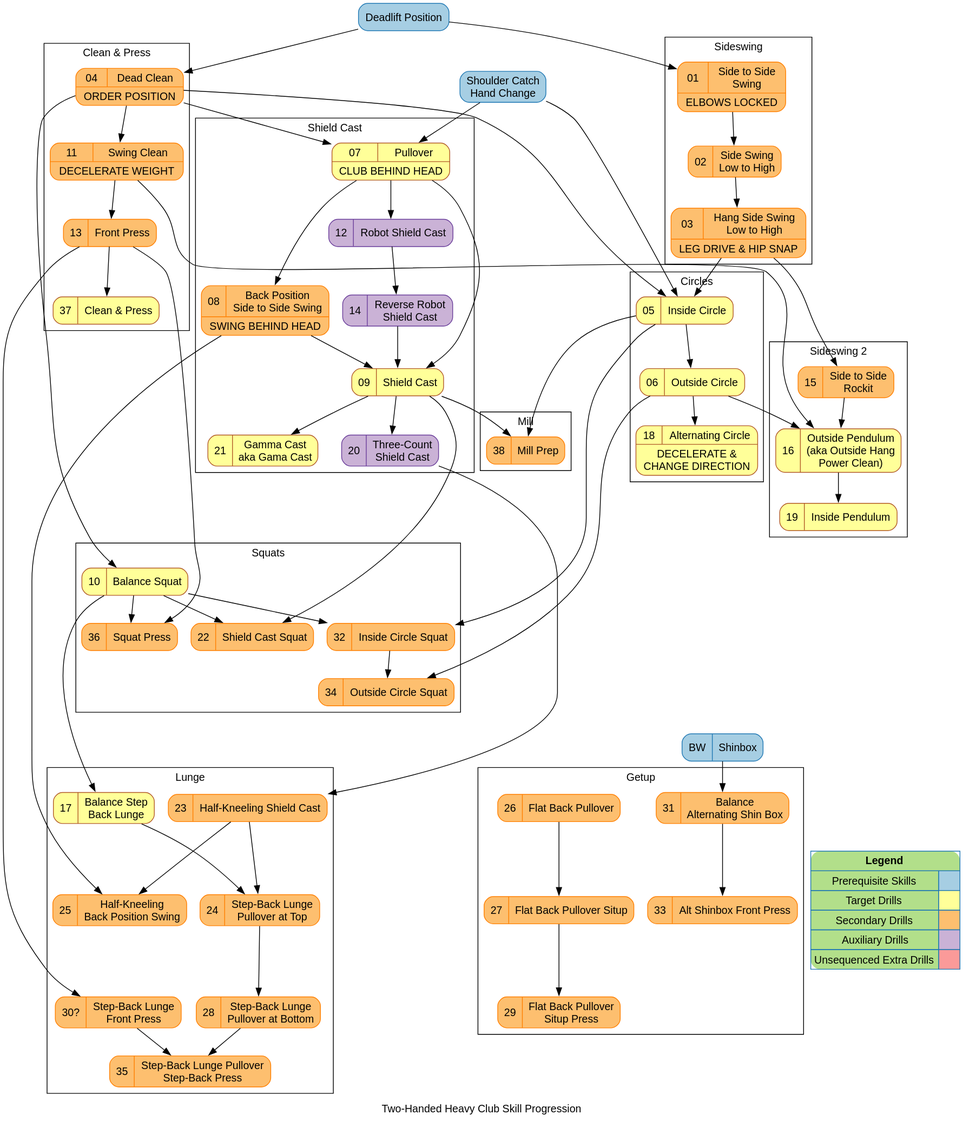
Before: dist/hc_2h_progression_ALL.svg, a diagram exported from PlantUML (dznz/wildman-skill-trees). Its source is kept beside it as src/hc/hc_2h_progression_ALL.puml. The source it was exported from:
```plantuml
@startdot
digraph HC2H {
  // Two-Handed Heavy Club Skill Progression Diagram © 2023
  // by dznz using knowledge from Mark Wildman is licensed
  // under CC BY-NC-SA 4.0
  // http://creativecommons.org/licenses/by-nc-sa/4.0/
  label="Two-Handed Heavy Club Skill Progression"
  fontname="Helvetica,Arial,sans-serif"
  node [colorscheme="paired12"]
  node [fontname="Helvetica,Arial,sans-serif"]
  node [shape=record,style="rounded,filled"]
  edge [fontname="Helvetica,Arial,sans-serif"]
  node [color=2, fillcolor=3];

  subgraph "primary" {
    node [color=12, fillcolor=11]

    mov_09_sc; mov_07_pullover; mov_05_insidecircle;
    mov_06_outsidecircle; mov_10_squat; mov_19_inpend;
    mov_16_outpend; mov_17_stepbacklunge; mov_21_gama;
    mov_37_cap; mov_18_altcircle
  }
  subgraph "secondary" {
    node [color=8, fillcolor=7]
    // Clean & Press
    mov_04_deadclean; mov_11_swingclean; mov_13_frontpress;
    // Side Swing
    mov_01_sidetoside; mov_02_sideswinglowtohigh; mov_03_hangsidelowtohigh; mov_15_rockit;
    // Shield Cast
    mov_08_backpossidetoside; mov_22_scsquat
    // Mill
    mov_38_millprep;
    // Getups
    mov_31_altshinbox; mov_33_altshinboxfrpress; mov_26_fbpull; mov_27_fbpullsit; mov_29_fbpullsitpress
    // Squat
    mov_32_incirclesquat; mov_34_outcirclesquat; mov_36_squatpress
    // Lunge
    mov_23_kneelsc; mov_25_kneelbackswing; mov_24_sblungepull; mov_28_sblungepullbot; mov_30_sbfrontpress; mov_35_sblungepullsbpress;
  }

  subgraph "prereq" {
    node [color=2, fillcolor=1]
    node [shape=record,style="rounded,filled"]
    pre_deadlift [label="Deadlift Position"]
    pre_shouldercatch [label="Shoulder Catch\nHand Change"]
    pre_shinbox [label="{{BW|Shinbox}}"]
  }

  subgraph "extra" {
    node [color=6, fillcolor=5]
    ' mov_pulloversquat; mov_clockwork; mov_clockworksquat;
    ' mov_clockworkstepbacklunge; mov_altpendulum; mov_altmill
  }

  subgraph "aux" {
    node [color=10, fillcolor=9];
    mov_12_robotsc; mov_14_revrobotsc; mov_20_3csc
  }

  // Heavy Club Sequence
  mov_01_sidetoside         [label="{{01|Side to Side\nSwing}|ELBOWS LOCKED}"                   URL="https://www.youtube.com/watch?v=LMau5vr7qx4&list=PLk4oYPJ7TXKiueHS7UMPv-DxNMK6UELds"]
  mov_02_sideswinglowtohigh [label="{{02|Side Swing\nLow to High}}"                             URL="https://www.youtube.com/watch?v=NoZCHTlmrCg&list=PLk4oYPJ7TXKiueHS7UMPv-DxNMK6UELds&index=2"]
  mov_03_hangsidelowtohigh  [label="{{03|Hang Side Swing\nLow to High}|LEG DRIVE & HIP SNAP}"   URL="https://www.youtube.com/watch?v=RD1zOWaTjhQ&list=PLk4oYPJ7TXKiueHS7UMPv-DxNMK6UELds&index=3"]
  mov_04_deadclean          [label="{{04|Dead Clean}|ORDER POSITION}"                                          URL="https://www.youtube.com/watch?v=69RGME9RTcY&list=PLk4oYPJ7TXKiueHS7UMPv-DxNMK6UELds&index=4"]
  mov_05_insidecircle       [label="{{05|Inside Circle}}"                                       URL="https://www.youtube.com/watch?v=Mh6iWcLbE3k&list=PLk4oYPJ7TXKiueHS7UMPv-DxNMK6UELds&index=5"];
  mov_06_outsidecircle      [label="{{06|Outside Circle}}"                                      URL="https://www.youtube.com/watch?v=QzMzCal-MYM&list=PLk4oYPJ7TXKiueHS7UMPv-DxNMK6UELds&index=6"];
  mov_07_pullover           [label="{{07|Pullover}|CLUB BEHIND HEAD}"                           URL="https://www.youtube.com/watch?v=jpIn1Sumg78&list=PLk4oYPJ7TXKiueHS7UMPv-DxNMK6UELds&index=7"]
  mov_08_backpossidetoside  [label="{{08|Back Position\nSide to Side Swing}|SWING BEHIND HEAD}" URL="https://www.youtube.com/watch?v=GKwGiB2UwyM&list=PLk4oYPJ7TXKiueHS7UMPv-DxNMK6UELds&index=8"]
  mov_09_sc                 [label="{{09|Shield Cast}}"                                         URL="https://www.youtube.com/watch?v=W-iHvrjn72k&list=PLk4oYPJ7TXKiueHS7UMPv-DxNMK6UELds&index=9"];
  mov_10_squat              [label="{{10|Balance Squat}}"                                       URL="https://www.youtube.com/watch?v=LSXticZ67Pw&list=PLk4oYPJ7TXKiueHS7UMPv-DxNMK6UELds&index=11"]
  mov_11_swingclean         [label="{{11|Swing Clean}|DECELERATE WEIGHT}"                       URL="https://www.youtube.com/watch?v=0oRuCQOkPRo&list=PLk4oYPJ7TXKiueHS7UMPv-DxNMK6UELds&index=12"]
  mov_12_robotsc            [label="{{12|Robot Shield Cast}}"                                   URL="https://www.youtube.com/watch?v=LDGi_lmzGR8&list=PLk4oYPJ7TXKiueHS7UMPv-DxNMK6UELds&index=13"];
  mov_13_frontpress         [label="{{13|Front Press}}"                                         URL="https://www.youtube.com/watch?v=HBRWtm3tTp4&list=PLk4oYPJ7TXKiueHS7UMPv-DxNMK6UELds&index=15"]
  mov_14_revrobotsc         [label="{{14|Reverse Robot\nShield Cast}}"                          URL="https://www.youtube.com/watch?v=Fun_Lscq5go&list=PLk4oYPJ7TXKiueHS7UMPv-DxNMK6UELds&index=23"];
  mov_15_rockit             [label="{{15|Side to Side\nRockit}}"                                URL="https://www.youtube.com/watch?v=4gvF-gARAIs&list=PLk4oYPJ7TXKiueHS7UMPv-DxNMK6UELds&index=24"]
  mov_16_outpend            [label="{{16|Outside Pendulum\n(aka Outside Hang\nPower Clean)}}"   URL="https://www.youtube.com/watch?v=SRNTrFvHgz0&list=PLk4oYPJ7TXKiueHS7UMPv-DxNMK6UELds&index=25"]
  mov_17_stepbacklunge      [label="{{17|Balance Step\nBack Lunge}}"                            URL="https://www.youtube.com/watch?v=dNrYT5iU7BQ&list=PLk4oYPJ7TXKiueHS7UMPv-DxNMK6UELds&index=26"]
  mov_18_altcircle          [label="{{18|Alternating Circle}|DECELERATE &\nCHANGE DIRECTION}"   URL="https://www.youtube.com/watch?v=ukkrHxGTGtI&list=PLk4oYPJ7TXKiueHS7UMPv-DxNMK6UELds&index=31"]
  mov_19_inpend             [label="{{19|Inside Pendulum}}"                                     URL="https://www.youtube.com/watch?v=pV0Hh335Csg&list=PLk4oYPJ7TXKiueHS7UMPv-DxNMK6UELds&index=34"]
  mov_20_3csc               [label="{{20|Three-Count\nShield Cast}}"                            URL="https://www.youtube.com/watch?v=ABQij0Zpt0U&list=PLk4oYPJ7TXKiueHS7UMPv-DxNMK6UELds&index=35"];
  mov_21_gama               [label="{{21|Gamma Cast\naka Gama Cast}}"                           URL="https://www.youtube.com/watch?v=yHIEZN0Nl_U&list=PLk4oYPJ7TXKiueHS7UMPv-DxNMK6UELds&index=39"];
  mov_22_scsquat            [label="{{22|Shield Cast Squat}}"                                   URL="https://www.youtube.com/watch?v=yHIEZN0Nl_U&list=PLk4oYPJ7TXKiueHS7UMPv-DxNMK6UELds&index=41"];
  mov_23_kneelsc            [label="{{23|Half-Kneeling Shield Cast}}"                           URL="https://www.youtube.com/watch?v=yHIEZN0Nl_U&list=PLk4oYPJ7TXKiueHS7UMPv-DxNMK6UELds&index=42"];
  mov_24_sblungepull        [label="{{24|Step-Back Lunge\nPullover at Top}}"                    URL="https://www.youtube.com/watch?v=yHIEZN0Nl_U&list=PLk4oYPJ7TXKiueHS7UMPv-DxNMK6UELds&index=44"];
  mov_25_kneelbackswing     [label="{{25|Half-Kneeling\nBack Position Swing}}"                  URL="https://www.youtube.com/watch?v=XH_HFWZQt4c"]
  mov_26_fbpull             [label="{{26|Flat Back Pullover}}"                                  URL="https://www.youtube.com/watch?v=yHIEZN0Nl_U&list=PLk4oYPJ7TXKiueHS7UMPv-DxNMK6UELds&index=45"];
  mov_27_fbpullsit          [label="{{27|Flat Back Pullover Situp}}"                            URL="https://www.youtube.com/watch?v=Ii2WZgl5mHA"]
  mov_28_sblungepullbot     [label="{{28|Step-Back Lunge\nPullover at Bottom}}"                 URL="https://www.youtube.com/watch?v=UpY9zHuTZds"]
  mov_29_fbpullsitpress     [label="{{29|Flat Back Pullover\nSitup Press}}"                     URL="https://www.youtube.com/watch?v=8VL8tvinc28"]
  // Missing 30, could be step-back front press
  mov_30_sbfrontpress       [label="{{30?|Step-Back Lunge\nFront Press}}"]
  mov_31_altshinbox         [label="{{31|Balance\nAlternating Shin Box}}"                       URL="https://www.youtube.com/watch?v=jogIwgDj0KM"]
  mov_32_incirclesquat      [label="{{32|Inside Circle Squat}}"                                 URL="https://www.youtube.com/watch?v=icFHo5ufhUc"]
  mov_33_altshinboxfrpress  [label="{{33|Alt Shinbox Front Press}}"                             URL="https://www.youtube.com/watch?v=D2AJzIVufeY&list=PLk4oYPJ7TXKiueHS7UMPv-DxNMK6UELds&index=47"];
  mov_34_outcirclesquat     [label="{{34|Outside Circle Squat}}"                                URL="https://www.youtube.com/watch?v=z916C16iK54&list=PLk4oYPJ7TXKiueHS7UMPv-DxNMK6UELds&index=49"]
  mov_35_sblungepullsbpress [label="{{35|Step-Back Lunge Pullover\nStep-Back Press}}"           URL="https://www.youtube.com/watch?v=1cXPBXfKNhU"]
  mov_36_squatpress         [label="{{36|Squat Press}}"                                         URL="https://www.youtube.com/watch?v=6p1niExqXSA"]
  mov_37_cap                [label="{{37|Clean & Press}}"                                       URL="https://www.youtube.com/watch?v=6kpEYglMJ1c"]
  mov_38_millprep           [label="{{38|Mill Prep}}"                                           URL="https://www.youtube.com/watch?v=G_OXuFs2bRs"]

  // Unsequenced
  ' mov_mill                   [label="{{|Mill}}"                            URL="https://www.youtube.com/watch?v=iFtaPBDwG7w"]
  ' mov_180pullover            [label="{{|180 Degree\nPullover}}"]
  ' mov_alt180pullover         [label="{{|Alternating 180 Degree\nPullover}}" URL="https://www.youtube.com/watch?v=uz2tKevdtzE"]
  ' mov_pulloversquat          [label="{{|Pullover Squat}}"                   URL="https://www.youtube.com/watch?v=2Cejb6rcqis"]
  ' mov_clockwork              [label="{{|Clockwork Catch}}"                  URL="https://www.youtube.com/watch?v=opvYcUfzymI"]
  ' mov_clockworksquat         [label="{{|Clockwork Squat}}"                  URL="https://www.youtube.com/watch?v=VVFQ5SkrMvM"]
  ' mov_clockworkstepbacklunge [label="{{|Clockwork Step Back Lunge}}"        URL="https://www.youtube.com/watch?v=-LQFwOehs74"]
  ' mov_altpendulum            [label="{{|Alternating Pendulum}}"             URL="https://www.youtube.com/watch?v=GULjXPS_ba4"]
  ' mov_altmill                [label="{{|Alternating Mill}}"]

  // Prerequisite skills

  pre_deadlift -> mov_01_sidetoside;
  pre_shouldercatch -> mov_07_pullover;
  pre_deadlift -> mov_04_deadclean;
  pre_shouldercatch -> mov_05_insidecircle;
  pre_shinbox -> mov_31_altshinbox;

  // Between clusters

  mov_03_hangsidelowtohigh -> mov_05_insidecircle;
  mov_03_hangsidelowtohigh -> mov_15_rockit
  mov_04_deadclean -> mov_07_pullover;
  mov_04_deadclean -> mov_10_squat;
  mov_04_deadclean -> mov_05_insidecircle;
  mov_05_insidecircle -> mov_32_incirclesquat;
  mov_05_insidecircle -> mov_38_millprep;
  mov_06_outsidecircle -> mov_34_outcirclesquat;
  mov_06_outsidecircle -> mov_16_outpend;
  mov_08_backpossidetoside -> mov_25_kneelbackswing;
  mov_09_sc -> mov_22_scsquat;
  mov_09_sc -> mov_38_millprep;
  mov_10_squat -> mov_17_stepbacklunge;
  mov_11_swingclean -> mov_16_outpend;
  mov_13_frontpress -> mov_36_squatpress;
  mov_13_frontpress -> mov_30_sbfrontpress;
  mov_20_3csc -> mov_23_kneelsc

  ' mov_07_pullover -> mov_180pullover;
  ' mov_07_pullover -> mov_pulloversquat;
  ' mov_clockwork -> mov_clockworksquat;
  ' mov_clockworksquat -> mov_clockworkstepbacklunge;

subgraph cluster_sideswing {
  label="Sideswing"
  mov_01_sidetoside -> mov_02_sideswinglowtohigh;
  mov_02_sideswinglowtohigh -> mov_03_hangsidelowtohigh;
}

subgraph cluster_circles {
  label="Circles"
  mov_05_insidecircle -> mov_06_outsidecircle;
  mov_06_outsidecircle -> mov_18_altcircle;
  ' mov_18_altcircle -> mov_clockwork;
}

subgraph cluster_cap {
  label="Clean & Press"
  mov_04_deadclean -> mov_11_swingclean;
  mov_11_swingclean -> mov_13_frontpress;
  mov_13_frontpress -> mov_37_cap;
}

subgraph cluster_sideswing2 {
  label="Sideswing 2"
  mov_15_rockit -> mov_16_outpend;
  mov_16_outpend -> mov_19_inpend;
  ' mov_19_inpend -> mov_altpendulum;

}

subgraph cluster_sc {
  label="Shield Cast"
  mov_07_pullover -> mov_12_robotsc;
  mov_07_pullover -> mov_09_sc;
  mov_08_backpossidetoside -> mov_09_sc;
  mov_07_pullover -> mov_08_backpossidetoside;
  mov_12_robotsc -> mov_14_revrobotsc;
  mov_14_revrobotsc -> mov_09_sc;
  mov_09_sc -> mov_20_3csc;
  mov_09_sc -> mov_21_gama;
}

subgraph cluster_squat {
  label="Squats"
  mov_32_incirclesquat -> mov_34_outcirclesquat;
  ' mov_10_squat -> mov_pulloversquat;
  ' mov_10_squat -> mov_clockworksquat;
  mov_10_squat -> mov_22_scsquat;
  mov_10_squat -> mov_32_incirclesquat;
  mov_10_squat -> mov_36_squatpress;
}

subgraph cluster_lunge {
  label="Lunge"
  mov_23_kneelsc -> mov_25_kneelbackswing
  mov_23_kneelsc -> mov_24_sblungepull;
  mov_30_sbfrontpress -> mov_35_sblungepullsbpress;
  ' mov_17_stepbacklunge -> mov_clockworkstepbacklunge;
  mov_17_stepbacklunge -> mov_24_sblungepull;
  mov_24_sblungepull -> mov_28_sblungepullbot;
  mov_28_sblungepullbot -> mov_35_sblungepullsbpress;
}

subgraph cluster_mill {
  label="Mill"
  mov_38_millprep
  ' mov_alt180pullover -> mov_altmill;
  ' mov_180pullover -> mov_alt180pullover;
  ' mov_180pullover -> mov_mill;
  ' mov_mill -> mov_altmill;
}

subgraph cluster_getup {
  label="Getup"
  mov_26_fbpull -> mov_27_fbpullsit;
  mov_27_fbpullsit -> mov_29_fbpullsitpress;
  mov_31_altshinbox -> mov_33_altshinboxfrpress;
}

// LAYOUT HACKS

  {
    node [style=invis]
    edge [style=invis]

    mov_03_hangsidelowtohigh -> lay_ss2ss -> mov_15_rockit;
    mov_34_outcirclesquat -> lay_squat2lunge
    lay_squat2lunge -> mov_17_stepbacklunge;
    ' lay_squat2lunge -> mov_180pullover;
    ' mov_clockwork -> lay_startsquat;
    mov_21_gama -> lay_startsquat;
    mov_37_cap -> lay_startsquat;
    lay_startsquat -> mov_10_squat;
  }

// END LAYOUT HACKS

// LEGEND

  { rank = sink;
    Legend [shape=none, margin=0, label=<
    <TABLE BORDER="0" CELLBORDER="1" CELLSPACING="0" CELLPADDING="4">
     <TR>
      <TD COLSPAN="2"><B>Legend</B></TD>
     </TR>
     <TR>
      <TD>Prerequisite Skills</TD>
      <TD BGCOLOR="1">&nbsp;&nbsp;&nbsp;&nbsp;&nbsp;</TD>
     </TR>
     <TR>
      <TD>Target Drills</TD>
      <TD BGCOLOR="11"></TD>
     </TR>
     <TR>
      <TD>Secondary Drills</TD>
      <TD BGCOLOR="7"></TD>
     </TR>
     <TR>
      <TD>Auxiliary Drills</TD>
      <TD BGCOLOR="9"></TD>
     </TR>
     <TR>
      <TD>Unsequenced Extra Drills</TD>
      <TD BGCOLOR="5"></TD>
     </TR>
    </TABLE>
   >];
  }
}
@enddot
```
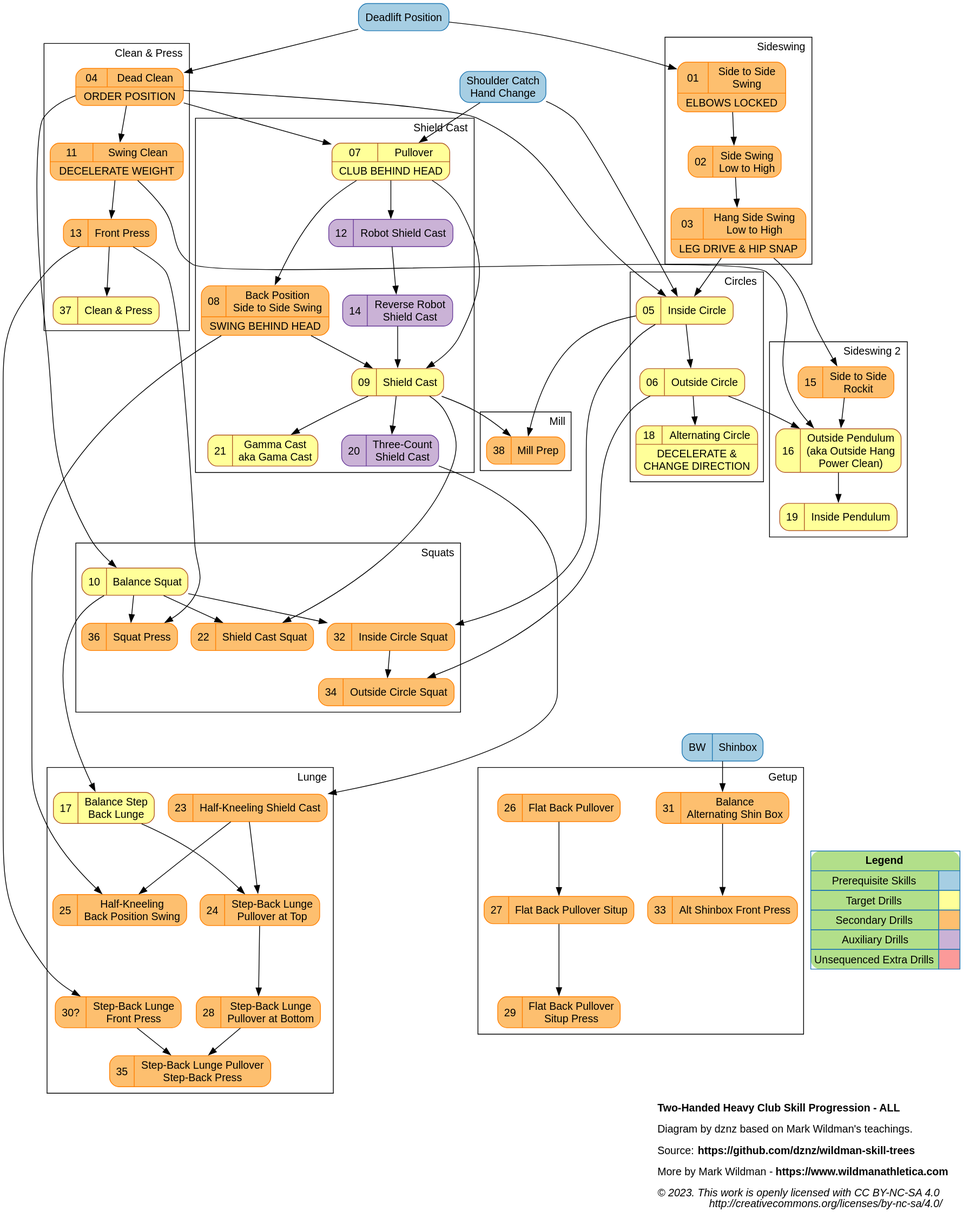
The same file after the commit.

Commit message:
docs(hc_2h_progression): Title with license

The edit, as a diff of the source:
```diff
@@ -1,11 +1,19 @@
 @startdot
 digraph HC2H {
-  // Two-Handed Heavy Club Skill Progression Diagram © 2023
-  // by dznz using knowledge from Mark Wildman is licensed
-  // under CC BY-NC-SA 4.0
-  // http://creativecommons.org/licenses/by-nc-sa/4.0/
-  label="Two-Handed Heavy Club Skill Progression"
-  fontname="Helvetica,Arial,sans-serif"
+
+  label=<
+<B>Two-Handed Heavy Club Skill Progression - ALL</B><BR ALIGN="LEFT"/><BR ALIGN="LEFT"/>
+Diagram by dznz based on Mark Wildman's teachings.<BR ALIGN="LEFT"/><BR ALIGN="LEFT"/>
+Source: <B>https://github.com/dznz/wildman-skill-trees</B><BR ALIGN="LEFT"/><BR ALIGN="LEFT"/>
+More by Mark Wildman - <B>https://www.wildmanathletica.com</B><BR ALIGN="LEFT"/><BR ALIGN="LEFT"/>
+<I>
+© 2023. This work is openly licensed with CC BY-NC-SA 4.0<BR ALIGN="RIGHT"/>
+http://creativecommons.org/licenses/by-nc-sa/4.0/<BR ALIGN="RIGHT"/>
+</I>
+  >
+  graph [labeljust=r]
+  graph [fontname="Helvetica,Arial,sans-serif"]
+
   node [colorscheme="paired12"]
   node [fontname="Helvetica,Arial,sans-serif"]
   node [shape=record,style="rounded,filled"]
```
